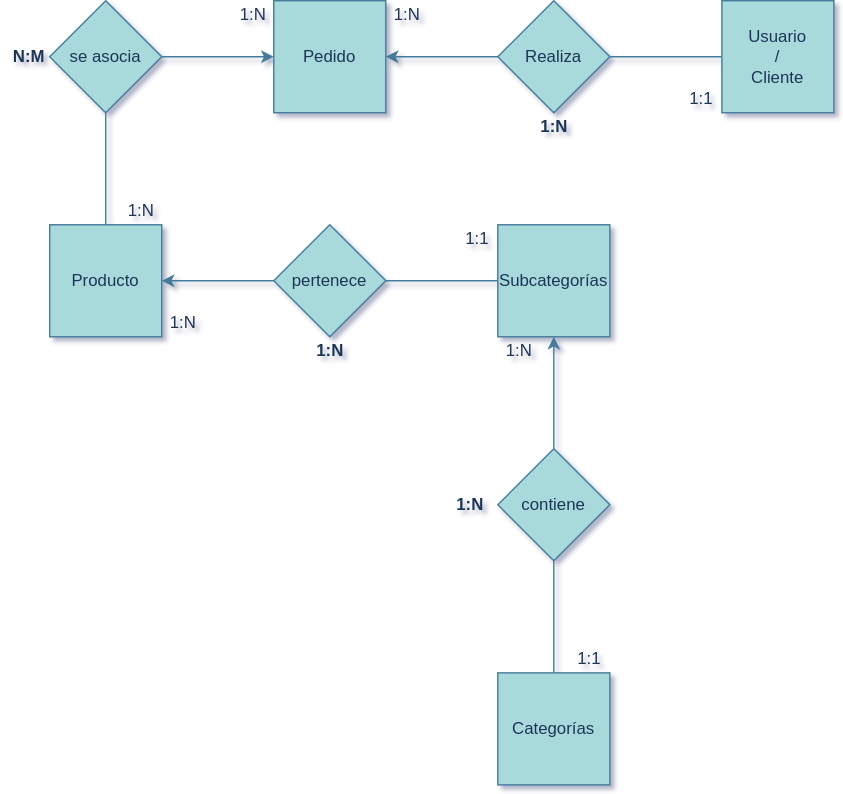
The draw.io diagram Analisis/LuftGun-Entidad Relación.svg in garcanm8852/LuftGun, before a commit. Source tidied: cells renumbered, new cells last; positions are measured from the earlier drawing's top-left corner, leaving out a move shared by most shapes.
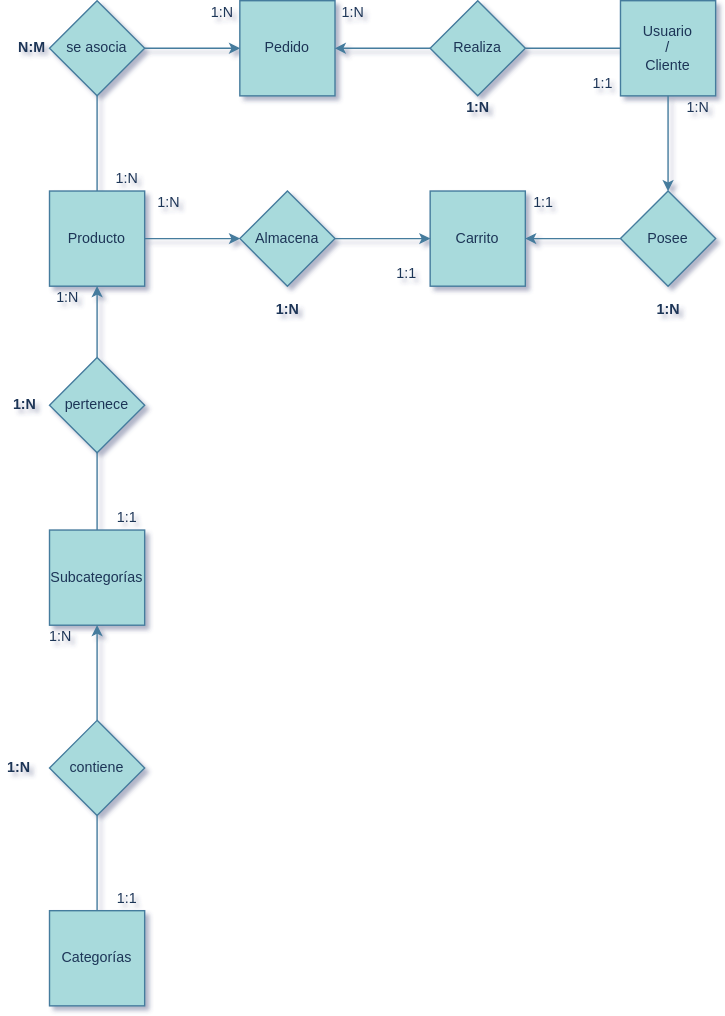
Later version of the same file.

The edit, as a diff of the source:
```diff
@@ -2,43 +2,49 @@
   <root>
     <mxCell id="0" />
     <mxCell id="1" parent="0" />
-    <mxCell id="2" style="edgeStyle=orthogonalEdgeStyle;curved=0;rounded=1;sketch=0;jettySize=auto;html=1;exitX=0.5;exitY=0;exitDx=0;exitDy=0;entryX=0.5;entryY=1;entryDx=0;entryDy=0;strokeColor=#457B9D;fillColor=#A8DADC;fontColor=#1D3557;endArrow=none;endFill=0;startArrow=none;startFill=0;" parent="1" edge="1" source="3" target="15">
+    <mxCell id="2" style="edgeStyle=orthogonalEdgeStyle;curved=0;rounded=1;sketch=0;jettySize=auto;html=1;exitX=0.5;exitY=0;exitDx=0;exitDy=0;entryX=0.5;entryY=1;entryDx=0;entryDy=0;strokeColor=#457B9D;fillColor=#A8DADC;fontColor=#1D3557;endArrow=none;endFill=0;startArrow=none;startFill=0;labelBackgroundColor=#F1FAEE;" parent="1" edge="1" source="3" target="15">
       <mxGeometry relative="1" as="geometry" />
     </mxCell>
+    <mxCell id="31" style="edgeStyle=orthogonalEdgeStyle;curved=0;rounded=1;sketch=0;jettySize=auto;html=1;entryX=0;entryY=0.5;entryDx=0;entryDy=0;strokeColor=#457B9D;fillColor=#A8DADC;fontColor=#1D3557;" parent="1" edge="1" source="3" target="37">
+      <mxGeometry relative="1" as="geometry" />
+    </mxCell>
     <mxCell id="3" value="Producto" style="whiteSpace=wrap;html=1;fillColor=#A8DADC;strokeColor=#457B9D;fontColor=#1D3557;" parent="1" vertex="1">
       <mxGeometry x="35" y="160" width="80" height="80" as="geometry" />
     </mxCell>
-    <mxCell id="4" style="edgeStyle=orthogonalEdgeStyle;curved=0;rounded=1;sketch=0;jettySize=auto;html=1;exitX=0;exitY=0.5;exitDx=0;exitDy=0;entryX=1;entryY=0.5;entryDx=0;entryDy=0;strokeColor=#457B9D;fillColor=#A8DADC;fontColor=#1D3557;" parent="1" edge="1" source="5" target="3">
+    <mxCell id="4" style="edgeStyle=orthogonalEdgeStyle;curved=0;rounded=1;sketch=0;jettySize=auto;html=1;exitX=0.5;exitY=0;exitDx=0;exitDy=0;entryX=0.5;entryY=1;entryDx=0;entryDy=0;strokeColor=#457B9D;fillColor=#A8DADC;fontColor=#1D3557;labelBackgroundColor=#F1FAEE;" parent="1" edge="1" source="5" target="3">
       <mxGeometry relative="1" as="geometry" />
     </mxCell>
     <mxCell id="5" value="pertenece" style="rhombus;whiteSpace=wrap;html=1;rounded=0;sketch=0;strokeColor=#457B9D;fillColor=#A8DADC;fontColor=#1D3557;" parent="1" vertex="1">
-      <mxGeometry x="195" y="160" width="80" height="80" as="geometry" />
+      <mxGeometry x="35" y="300" width="80" height="80" as="geometry" />
     </mxCell>
-    <mxCell id="6" style="edgeStyle=orthogonalEdgeStyle;curved=0;rounded=1;sketch=0;jettySize=auto;html=1;exitX=0;exitY=0.5;exitDx=0;exitDy=0;entryX=1;entryY=0.5;entryDx=0;entryDy=0;strokeColor=#457B9D;fillColor=#A8DADC;fontColor=#1D3557;endArrow=none;endFill=0;" parent="1" edge="1" source="7" target="5">
+    <mxCell id="6" style="edgeStyle=orthogonalEdgeStyle;curved=0;rounded=1;sketch=0;jettySize=auto;html=1;exitX=0.5;exitY=0;exitDx=0;exitDy=0;entryX=0.5;entryY=1;entryDx=0;entryDy=0;strokeColor=#457B9D;fillColor=#A8DADC;fontColor=#1D3557;endArrow=none;endFill=0;labelBackgroundColor=#F1FAEE;" parent="1" edge="1" source="7" target="5">
       <mxGeometry relative="1" as="geometry" />
     </mxCell>
     <mxCell id="7" value="Subcategorías" style="whiteSpace=wrap;html=1;rounded=0;sketch=0;strokeColor=#457B9D;fillColor=#A8DADC;fontColor=#1D3557;" parent="1" vertex="1">
-      <mxGeometry x="355" y="160" width="80" height="80" as="geometry" />
+      <mxGeometry x="35" y="445" width="80" height="80" as="geometry" />
     </mxCell>
-    <mxCell id="8" style="edgeStyle=orthogonalEdgeStyle;curved=0;rounded=1;sketch=0;jettySize=auto;html=1;exitX=0.5;exitY=0;exitDx=0;exitDy=0;entryX=0.5;entryY=1;entryDx=0;entryDy=0;strokeColor=#457B9D;fillColor=#A8DADC;fontColor=#1D3557;endArrow=none;endFill=0;" parent="1" edge="1" source="9" target="11">
+    <mxCell id="8" style="edgeStyle=orthogonalEdgeStyle;curved=0;rounded=1;sketch=0;jettySize=auto;html=1;exitX=0.5;exitY=0;exitDx=0;exitDy=0;entryX=0.5;entryY=1;entryDx=0;entryDy=0;strokeColor=#457B9D;fillColor=#A8DADC;fontColor=#1D3557;endArrow=none;endFill=0;labelBackgroundColor=#F1FAEE;" parent="1" edge="1" source="9" target="11">
       <mxGeometry relative="1" as="geometry" />
     </mxCell>
     <mxCell id="9" value="Categorías" style="whiteSpace=wrap;html=1;rounded=0;sketch=0;strokeColor=#457B9D;fillColor=#A8DADC;fontColor=#1D3557;" parent="1" vertex="1">
-      <mxGeometry x="355" y="480" width="80" height="80" as="geometry" />
+      <mxGeometry x="35" y="765" width="80" height="80" as="geometry" />
     </mxCell>
-    <mxCell id="10" style="edgeStyle=orthogonalEdgeStyle;curved=0;rounded=1;sketch=0;jettySize=auto;html=1;exitX=0.5;exitY=0;exitDx=0;exitDy=0;entryX=0.5;entryY=1;entryDx=0;entryDy=0;strokeColor=#457B9D;fillColor=#A8DADC;fontColor=#1D3557;" parent="1" edge="1" source="11" target="7">
+    <mxCell id="10" style="edgeStyle=orthogonalEdgeStyle;curved=0;rounded=1;sketch=0;jettySize=auto;html=1;exitX=0.5;exitY=0;exitDx=0;exitDy=0;entryX=0.5;entryY=1;entryDx=0;entryDy=0;strokeColor=#457B9D;fillColor=#A8DADC;fontColor=#1D3557;labelBackgroundColor=#F1FAEE;" parent="1" edge="1" source="11" target="7">
       <mxGeometry relative="1" as="geometry" />
     </mxCell>
     <mxCell id="11" value="contiene" style="rhombus;whiteSpace=wrap;html=1;rounded=0;sketch=0;strokeColor=#457B9D;fillColor=#A8DADC;fontColor=#1D3557;" parent="1" vertex="1">
-      <mxGeometry x="355" y="320" width="80" height="80" as="geometry" />
+      <mxGeometry x="35" y="605" width="80" height="80" as="geometry" />
     </mxCell>
-    <mxCell id="12" style="edgeStyle=orthogonalEdgeStyle;curved=0;rounded=1;sketch=0;jettySize=auto;html=1;exitX=0;exitY=0.5;exitDx=0;exitDy=0;entryX=1;entryY=0.5;entryDx=0;entryDy=0;strokeColor=#457B9D;fillColor=#A8DADC;fontColor=#1D3557;endArrow=none;endFill=0;" parent="1" edge="1" source="13" target="18">
+    <mxCell id="12" style="edgeStyle=orthogonalEdgeStyle;curved=0;rounded=1;sketch=0;jettySize=auto;html=1;exitX=0;exitY=0.5;exitDx=0;exitDy=0;entryX=1;entryY=0.5;entryDx=0;entryDy=0;strokeColor=#457B9D;fillColor=#A8DADC;fontColor=#1D3557;endArrow=none;endFill=0;labelBackgroundColor=#F1FAEE;" parent="1" edge="1" source="13" target="18">
       <mxGeometry relative="1" as="geometry" />
     </mxCell>
+    <mxCell id="32" style="edgeStyle=orthogonalEdgeStyle;curved=0;rounded=1;sketch=0;jettySize=auto;html=1;entryX=0.5;entryY=0;entryDx=0;entryDy=0;strokeColor=#457B9D;fillColor=#A8DADC;fontColor=#1D3557;" parent="1" edge="1" source="13" target="35">
+      <mxGeometry relative="1" as="geometry" />
+    </mxCell>
     <mxCell id="13" value="Usuario&lt;br&gt;/&lt;br&gt;Cliente" style="whiteSpace=wrap;html=1;rounded=0;sketch=0;strokeColor=#457B9D;fillColor=#A8DADC;fontColor=#1D3557;" parent="1" vertex="1">
       <mxGeometry x="515" width="80" height="80" as="geometry" />
     </mxCell>
-    <mxCell id="14" style="edgeStyle=orthogonalEdgeStyle;curved=0;rounded=1;sketch=0;jettySize=auto;html=1;exitX=1;exitY=0.5;exitDx=0;exitDy=0;strokeColor=#457B9D;fillColor=#A8DADC;fontColor=#1D3557;endArrow=classic;endFill=1;" parent="1" edge="1" source="15" target="16">
+    <mxCell id="14" style="edgeStyle=orthogonalEdgeStyle;curved=0;rounded=1;sketch=0;jettySize=auto;html=1;exitX=1;exitY=0.5;exitDx=0;exitDy=0;strokeColor=#457B9D;fillColor=#A8DADC;fontColor=#1D3557;endArrow=classic;endFill=1;labelBackgroundColor=#F1FAEE;" parent="1" edge="1" source="15" target="16">
       <mxGeometry relative="1" as="geometry" />
     </mxCell>
     <mxCell id="15" value="se asocia" style="rhombus;whiteSpace=wrap;html=1;rounded=0;sketch=0;strokeColor=#457B9D;fillColor=#A8DADC;fontColor=#1D3557;" parent="1" vertex="1">
@@ -47,29 +53,29 @@
     <mxCell id="16" value="Pedido" style="whiteSpace=wrap;html=1;rounded=0;sketch=0;strokeColor=#457B9D;fillColor=#A8DADC;fontColor=#1D3557;" parent="1" vertex="1">
       <mxGeometry x="195" width="80" height="80" as="geometry" />
     </mxCell>
-    <mxCell id="17" style="edgeStyle=orthogonalEdgeStyle;curved=0;rounded=1;sketch=0;jettySize=auto;html=1;exitX=0;exitY=0.5;exitDx=0;exitDy=0;entryX=1;entryY=0.5;entryDx=0;entryDy=0;strokeColor=#457B9D;fillColor=#A8DADC;fontColor=#1D3557;" parent="1" edge="1" source="18" target="16">
+    <mxCell id="17" style="edgeStyle=orthogonalEdgeStyle;curved=0;rounded=1;sketch=0;jettySize=auto;html=1;exitX=0;exitY=0.5;exitDx=0;exitDy=0;entryX=1;entryY=0.5;entryDx=0;entryDy=0;strokeColor=#457B9D;fillColor=#A8DADC;fontColor=#1D3557;labelBackgroundColor=#F1FAEE;" parent="1" edge="1" source="18" target="16">
       <mxGeometry relative="1" as="geometry" />
     </mxCell>
     <mxCell id="18" value="Realiza" style="rhombus;whiteSpace=wrap;html=1;rounded=0;sketch=0;strokeColor=#457B9D;fillColor=#A8DADC;fontColor=#1D3557;" parent="1" vertex="1">
       <mxGeometry x="355" width="80" height="80" as="geometry" />
     </mxCell>
     <mxCell id="19" value="1:1" style="text;html=1;align=center;verticalAlign=middle;fontColor=#1D3557;" parent="1" vertex="1">
-      <mxGeometry x="405" y="460" width="30" height="20" as="geometry" />
+      <mxGeometry x="85" y="745" width="30" height="20" as="geometry" />
     </mxCell>
     <mxCell id="20" value="1:N" style="text;html=1;align=center;verticalAlign=middle;fontColor=#1D3557;" parent="1" vertex="1">
-      <mxGeometry x="355" y="240" width="30" height="20" as="geometry" />
+      <mxGeometry x="29" y="525" width="30" height="20" as="geometry" />
     </mxCell>
     <mxCell id="21" value="&lt;b&gt;1:N&lt;/b&gt;" style="text;html=1;align=center;verticalAlign=middle;fontColor=#1D3557;" parent="1" vertex="1">
-      <mxGeometry x="320" y="350" width="30" height="20" as="geometry" />
+      <mxGeometry x="-6" y="635" width="30" height="20" as="geometry" />
     </mxCell>
     <mxCell id="22" value="&lt;b&gt;1:N&lt;/b&gt;" style="text;html=1;align=center;verticalAlign=middle;fontColor=#1D3557;" parent="1" vertex="1">
-      <mxGeometry x="220" y="240" width="30" height="20" as="geometry" />
+      <mxGeometry x="-1" y="330" width="30" height="20" as="geometry" />
     </mxCell>
     <mxCell id="23" value="1:1" style="text;html=1;align=center;verticalAlign=middle;fontColor=#1D3557;" parent="1" vertex="1">
-      <mxGeometry x="325" y="160" width="30" height="20" as="geometry" />
+      <mxGeometry x="85" y="425" width="30" height="20" as="geometry" />
     </mxCell>
     <mxCell id="24" value="1:N" style="text;html=1;align=center;verticalAlign=middle;fontColor=#1D3557;" parent="1" vertex="1">
-      <mxGeometry x="115" y="220" width="30" height="20" as="geometry" />
+      <mxGeometry x="35" y="240" width="30" height="20" as="geometry" />
     </mxCell>
     <mxCell id="25" value="1:N" style="text;html=1;align=center;verticalAlign=middle;fontColor=#1D3557;" parent="1" vertex="1">
       <mxGeometry x="85" y="140" width="30" height="20" as="geometry" />
@@ -89,5 +95,38 @@
     <mxCell id="30" value="&lt;b&gt;1:N&lt;/b&gt;" style="text;html=1;align=center;verticalAlign=middle;fontColor=#1D3557;" parent="1" vertex="1">
       <mxGeometry x="380" y="80" width="30" height="20" as="geometry" />
     </mxCell>
+    <mxCell id="33" value="Carrito" style="whiteSpace=wrap;html=1;rounded=0;sketch=0;strokeColor=#457B9D;fillColor=#A8DADC;fontColor=#1D3557;" parent="1" vertex="1">
+      <mxGeometry x="355" y="160" width="80" height="80" as="geometry" />
+    </mxCell>
+    <mxCell id="34" style="edgeStyle=orthogonalEdgeStyle;curved=0;rounded=1;sketch=0;jettySize=auto;html=1;exitX=0;exitY=0.5;exitDx=0;exitDy=0;entryX=1;entryY=0.5;entryDx=0;entryDy=0;strokeColor=#457B9D;fillColor=#A8DADC;fontColor=#1D3557;" parent="1" edge="1" source="35" target="33">
+      <mxGeometry relative="1" as="geometry" />
+    </mxCell>
+    <mxCell id="35" value="Posee" style="rhombus;whiteSpace=wrap;html=1;rounded=0;sketch=0;strokeColor=#457B9D;fillColor=#A8DADC;fontColor=#1D3557;" parent="1" vertex="1">
+      <mxGeometry x="515" y="160" width="80" height="80" as="geometry" />
+    </mxCell>
+    <mxCell id="36" style="edgeStyle=orthogonalEdgeStyle;curved=0;rounded=1;sketch=0;jettySize=auto;html=1;entryX=0;entryY=0.5;entryDx=0;entryDy=0;strokeColor=#457B9D;fillColor=#A8DADC;fontColor=#1D3557;" parent="1" edge="1" source="37" target="33">
+      <mxGeometry relative="1" as="geometry" />
+    </mxCell>
+    <mxCell id="37" value="Almacena" style="rhombus;whiteSpace=wrap;html=1;rounded=0;sketch=0;strokeColor=#457B9D;fillColor=#A8DADC;fontColor=#1D3557;" parent="1" vertex="1">
+      <mxGeometry x="195" y="160" width="80" height="80" as="geometry" />
+    </mxCell>
+    <mxCell id="38" value="1:N" style="text;html=1;align=center;verticalAlign=middle;fontColor=#1D3557;" parent="1" vertex="1">
+      <mxGeometry x="120" y="160" width="30" height="20" as="geometry" />
+    </mxCell>
+    <mxCell id="39" value="1:1" style="text;html=1;align=center;verticalAlign=middle;fontColor=#1D3557;" parent="1" vertex="1">
+      <mxGeometry x="320" y="220" width="30" height="20" as="geometry" />
+    </mxCell>
+    <mxCell id="40" value="&lt;b&gt;1:N&lt;/b&gt;" style="text;html=1;align=center;verticalAlign=middle;fontColor=#1D3557;" parent="1" vertex="1">
+      <mxGeometry x="220" y="250" width="30" height="20" as="geometry" />
+    </mxCell>
+    <mxCell id="41" value="&lt;b&gt;1:N&lt;/b&gt;" style="text;html=1;align=center;verticalAlign=middle;fontColor=#1D3557;" parent="1" vertex="1">
+      <mxGeometry x="540" y="250" width="30" height="20" as="geometry" />
+    </mxCell>
+    <mxCell id="42" value="1:1" style="text;html=1;align=center;verticalAlign=middle;fontColor=#1D3557;" parent="1" vertex="1">
+      <mxGeometry x="435" y="160" width="30" height="20" as="geometry" />
+    </mxCell>
+    <mxCell id="43" value="1:N" style="text;html=1;align=center;verticalAlign=middle;fontColor=#1D3557;" parent="1" vertex="1">
+      <mxGeometry x="565" y="80" width="30" height="20" as="geometry" />
+    </mxCell>
   </root>
 </mxGraphModel>
```
